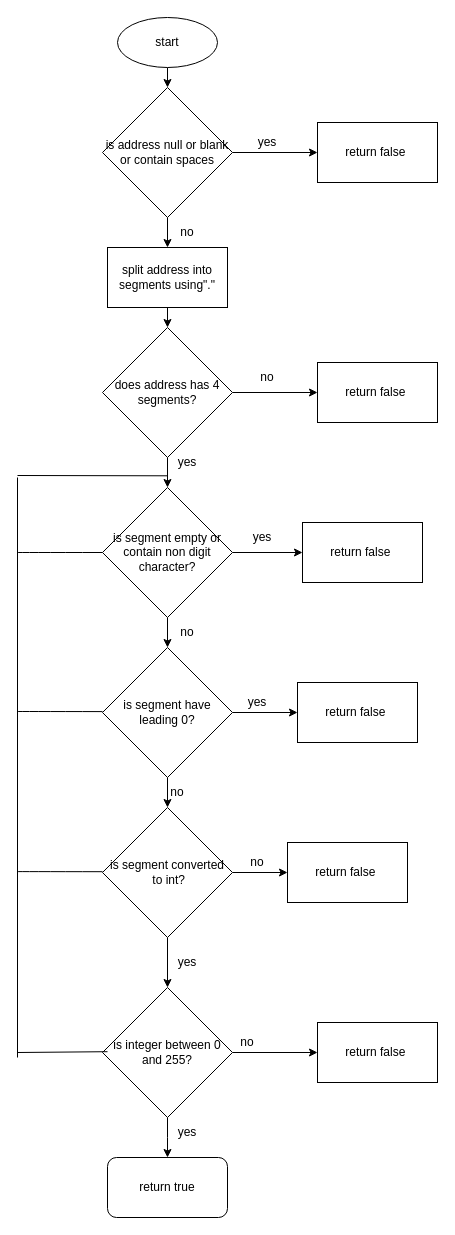
Earlier version of the draw.io diagram page "IPv4 diagram" (2 of 2) of Untitled Diagram.drawio (Zeinab979/sudoku-checker). Source tidied: cells renumbered, new cells numbered last; positions are measured from the earlier drawing's top-left corner, leaving out a move shared by most shapes. Both pictures are drawn from the tidied source at 100%, with x=0, y=0 at pixel (17, 17).
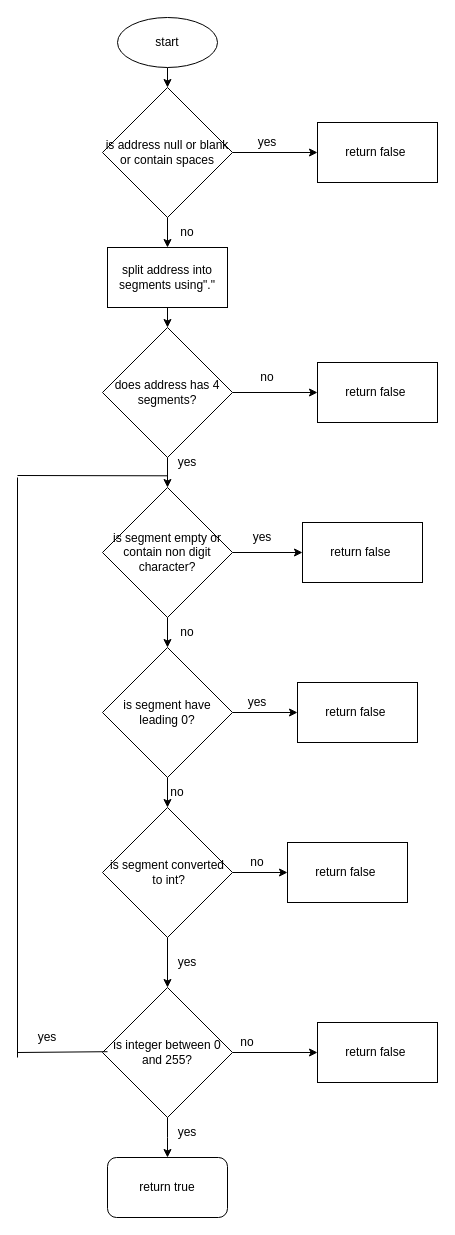
After the change.

Diff of the diagram source:
```diff
@@
-    <mxCell id="41" style="endArrow=none;html=1;rounded=0;exitX=0;exitY=1;exitDx=0;exitDy=0;" parent="1" edge="1">
+    <mxCell id="41" style="endArrow=none;html=1;rounded=0;exitX=0;exitY=1;exitDx=0;exitDy=0;" parent="1" edge="1" source="49">
       <mxGeometry relative="1" as="geometry">
-        <mxPoint y="1035" as="sourcePoint" />
         <mxPoint x="90" y="1034.2" as="targetPoint" />
       </mxGeometry>
     </mxCell>
@@
+    <mxCell id="49" value="yes" style="text;html=1;align=center;verticalAlign=middle;whiteSpace=wrap;rounded=0;" parent="1" vertex="1">
+      <mxGeometry y="1005" width="60" height="30" as="geometry" />
+    </mxCell>
@@
-    <mxCell id="46" style="endArrow=none;html=1;rounded=0;curved=1;" parent="1" edge="1">
-      <mxGeometry relative="1" as="geometry">
-        <mxPoint y="535" as="sourcePoint" />
-        <mxPoint x="85" y="535" as="targetPoint" />
-      </mxGeometry>
-    </mxCell>
-    <mxCell id="47" style="endArrow=none;html=1;rounded=0;curved=1;" parent="1" edge="1">
-      <mxGeometry relative="1" as="geometry">
-        <mxPoint y="694" as="sourcePoint" />
-        <mxPoint x="85" y="694.1" as="targetPoint" />
-      </mxGeometry>
-    </mxCell>
-    <mxCell id="48" style="endArrow=none;html=1;rounded=0;curved=1;" parent="1" edge="1">
-      <mxGeometry relative="1" as="geometry">
-        <mxPoint y="854.1" as="sourcePoint" />
-        <mxPoint x="85" y="854.2" as="targetPoint" />
-      </mxGeometry>
-    </mxCell>
```
